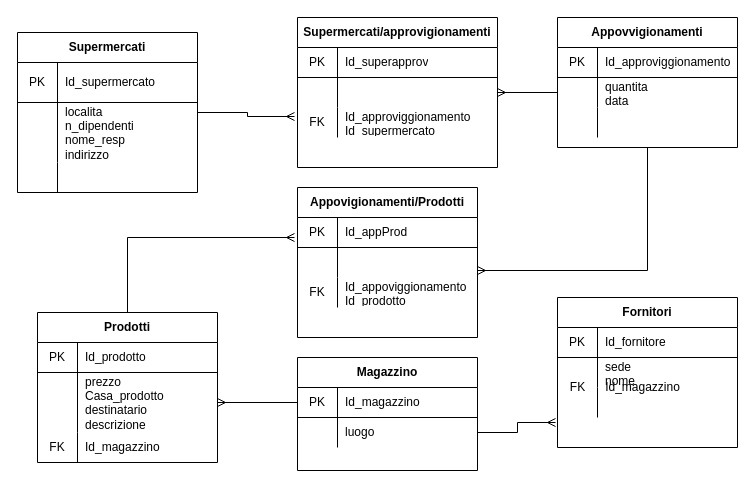
Earlier version of the draw.io diagram Untitled Diagram.drawio (giuliacangani02/VerificaInf). Source tidied: cells renumbered, new cells numbered last; positions are measured from the earlier drawing's top-left corner, leaving out a move shared by most shapes. Both pictures are drawn from the tidied source at 100%, with x=0, y=0 at pixel (17, 17).
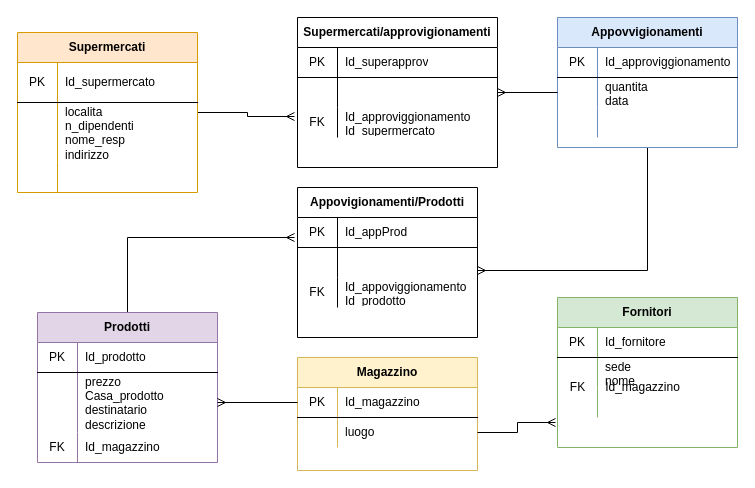
The same diagram, later.

The edit, as a diff of the source:
```diff
@@
-    <mxCell id="3" value="Supermercati" style="shape=table;html=1;whiteSpace=wrap;startSize=30;childLayout=tableLayout;rowLines=0;fontStyle=1;align=center;" parent="1" vertex="1">
+    <mxCell id="3" value="Supermercati" style="shape=table;html=1;whiteSpace=wrap;startSize=30;childLayout=tableLayout;rowLines=0;fontStyle=1;align=center;fillColor=#ffe6cc;strokeColor=#d79b00;" parent="1" vertex="1">
       <mxGeometry y="15" width="180" height="160" as="geometry" />
     </mxCell>
@@
-    <mxCell id="14" value="Appovvigionamenti" style="shape=table;html=1;whiteSpace=wrap;startSize=30;childLayout=tableLayout;rowLines=0;fontStyle=1;align=center;" parent="1" vertex="1">
+    <mxCell id="14" value="Appovvigionamenti" style="shape=table;html=1;whiteSpace=wrap;startSize=30;childLayout=tableLayout;rowLines=0;fontStyle=1;align=center;fillColor=#dae8fc;strokeColor=#6c8ebf;" parent="1" vertex="1">
       <mxGeometry x="540" width="180" height="130" as="geometry" />
     </mxCell>
@@
-    <mxCell id="25" value="Prodotti" style="shape=table;html=1;whiteSpace=wrap;startSize=30;childLayout=tableLayout;rowLines=0;fontStyle=1;align=center;" parent="1" vertex="1">
+    <mxCell id="25" value="Prodotti" style="shape=table;html=1;whiteSpace=wrap;startSize=30;childLayout=tableLayout;rowLines=0;fontStyle=1;align=center;fillColor=#e1d5e7;strokeColor=#9673a6;" parent="1" vertex="1">
       <mxGeometry x="20" y="295" width="180" height="150" as="geometry" />
     </mxCell>
@@
-    <mxCell id="35" value="Fornitori" style="shape=table;html=1;whiteSpace=wrap;startSize=30;childLayout=tableLayout;rowLines=0;fontStyle=1;align=center;" parent="1" vertex="1">
+    <mxCell id="35" value="Fornitori" style="shape=table;html=1;whiteSpace=wrap;startSize=30;childLayout=tableLayout;rowLines=0;fontStyle=1;align=center;fillColor=#d5e8d4;strokeColor=#82b366;" parent="1" vertex="1">
       <mxGeometry x="540" y="280" width="180" height="150" as="geometry" />
     </mxCell>
@@
-    <mxCell id="45" value="Magazzino" style="shape=table;html=1;whiteSpace=wrap;startSize=30;childLayout=tableLayout;rowLines=0;fontStyle=1;align=center;" parent="1" vertex="1">
+    <mxCell id="45" value="Magazzino" style="shape=table;html=1;whiteSpace=wrap;startSize=30;childLayout=tableLayout;rowLines=0;fontStyle=1;align=center;fillColor=#fff2cc;strokeColor=#d6b656;" parent="1" vertex="1">
       <mxGeometry x="280" y="340" width="180" height="113" as="geometry" />
     </mxCell>
```
